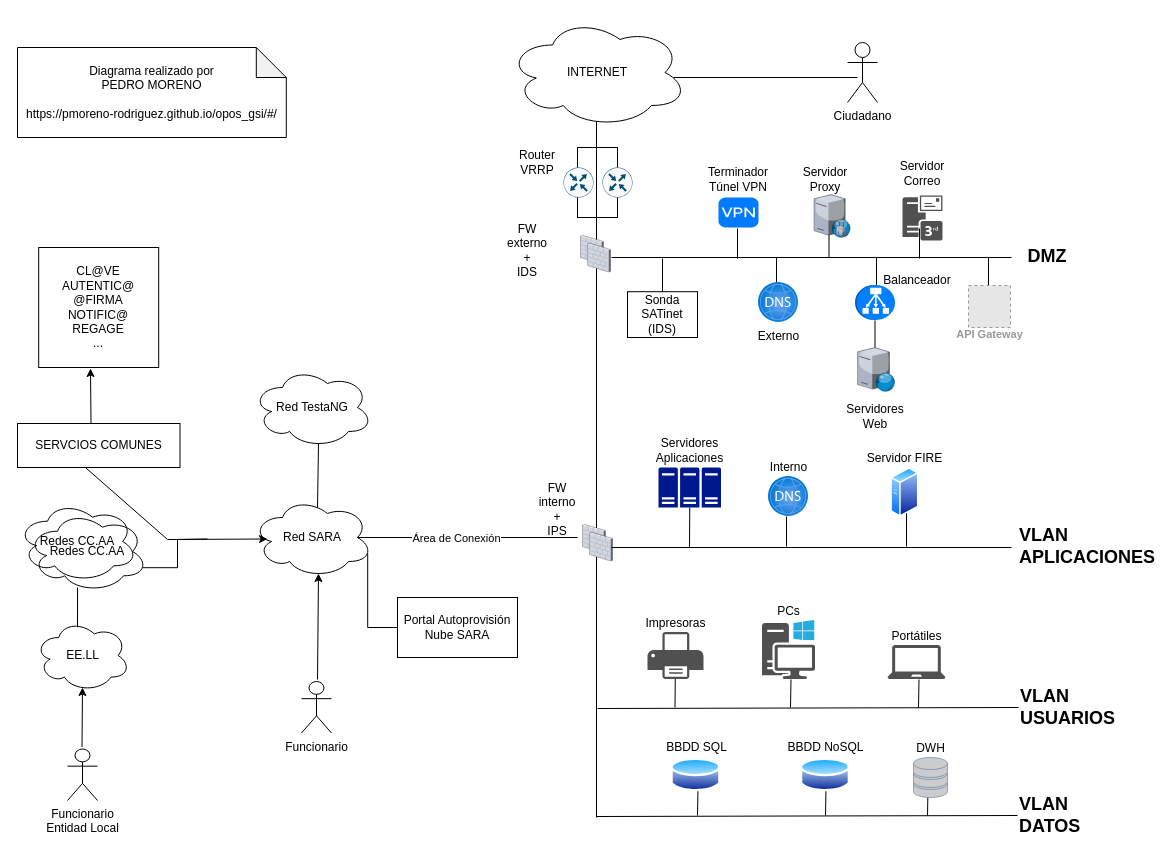
The draw.io diagram docs/diagramas/Diagrama-red-basico.drawio in pmoreno-rodriguez/opos_gsi, before the edit. Source tidied: cells renumbered, new cells numbered last; positions are measured from the earlier drawing's top-left corner, leaving out a move shared by most shapes. Both pictures are drawn from the tidied source at 100%, with x=0, y=0 at pixel (17, 17). Pictures stored in the file or linked from it are replaced by grey dashed boxes.
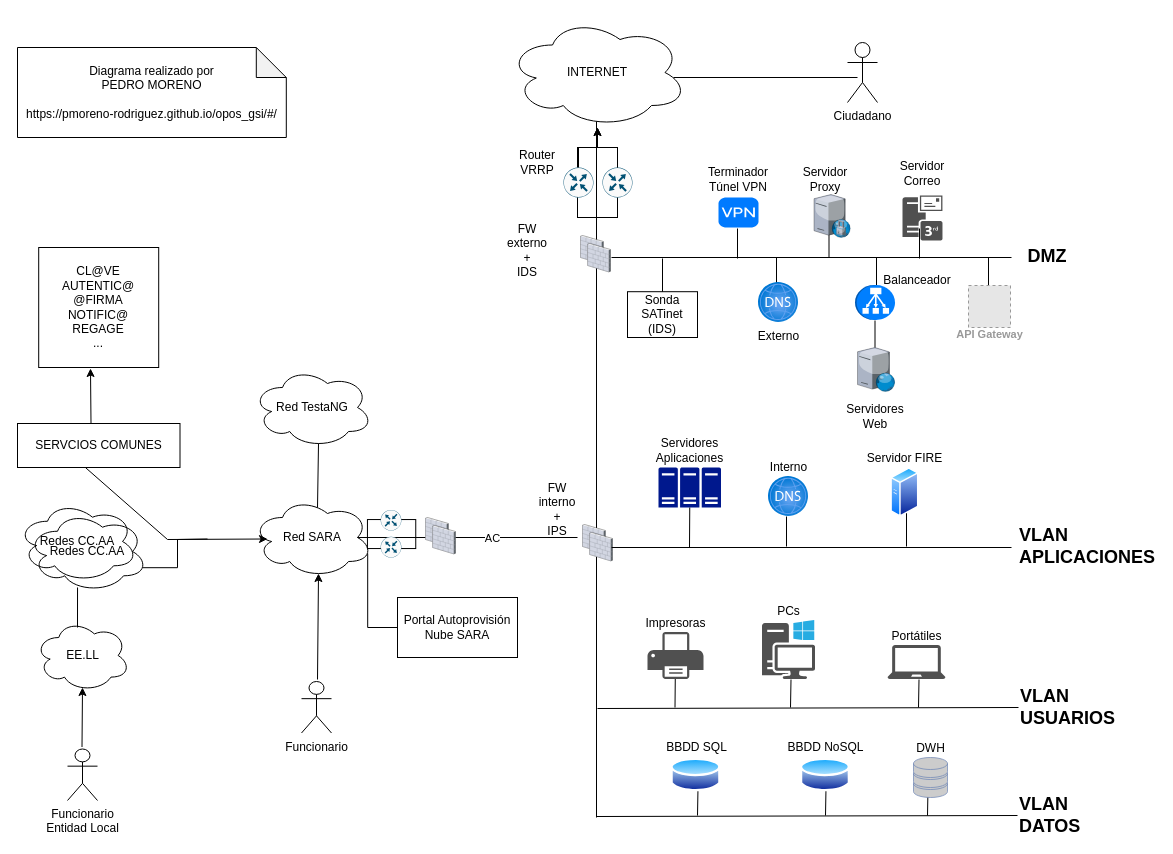
The same page after the edit.

Commit message (it also covers changes not shown here):
actualización de diagramas

The change refers to these unchanged cells:
```xml
<mxCell id="3" value="INTERNET" style="ellipse;shape=cloud;whiteSpace=wrap;html=1;fillColor=none;" parent="1" vertex="1">
  <mxGeometry x="490" width="180" height="110" as="geometry" />
</mxCell>
<mxCell id="10" style="sketch=0;points=[[0.5,0,0],[1,0.5,0],[0.5,1,0],[0,0.5,0],[0.145,0.145,0],[0.8555,0.145,0],[0.855,0.8555,0],[0.145,0.855,0]];verticalLabelPosition=bottom;html=1;verticalAlign=top;align=center;shape=mxgraph.cisco19.rect;prIcon=router;fillColor=#FAFAFA;strokeColor=#005073;" parent="8" vertex="1">
  <mxGeometry y="20" width="30" height="30" as="geometry" />
</mxCell>
<mxCell id="11" style="sketch=0;points=[[0.5,0,0],[1,0.5,0],[0.5,1,0],[0,0.5,0],[0.145,0.145,0],[0.8555,0.145,0],[0.855,0.8555,0],[0.145,0.855,0]];verticalLabelPosition=bottom;html=1;verticalAlign=top;align=center;shape=mxgraph.cisco19.rect;prIcon=router;fillColor=#FAFAFA;strokeColor=#005073;" parent="6" vertex="1">
  <mxGeometry x="39" y="46" width="30" height="30" as="geometry" />
</mxCell>
<mxCell id="80" style="endArrow=none;html=1;rounded=0;" parent="1" edge="1">
  <mxGeometry relative="1" as="geometry">
    <mxPoint x="340" y="520" as="sourcePoint" />
    <mxPoint x="560" y="520" as="targetPoint" />
  </mxGeometry>
</mxCell>
```

Change to the diagram source:
```diff
@@
-    <mxCell id="81" value="Área de Conexión" style="edgeLabel;html=1;align=center;verticalAlign=middle;" parent="80" vertex="1">
-      <mxGeometry x="-0.11" relative="1" as="geometry" />
+    <mxCell id="81" value="AC" style="edgeLabel;html=1;align=center;verticalAlign=middle;" parent="80" vertex="1">
+      <mxGeometry x="-0.11" relative="1" as="geometry">
+        <mxPoint x="36" as="offset" />
+      </mxGeometry>
     </mxCell>
@@
+    <mxCell id="103" style="group;" parent="1" vertex="1">
+      <mxGeometry x="408" y="500" width="30" height="40" as="geometry" />
+    </mxCell>
+    <mxCell id="104" style="verticalLabelPosition=bottom;sketch=0;html=1;verticalAlign=top;strokeColor=none;align=center;shape=mxgraph.citrix.firewall;" parent="103" vertex="1">
+      <mxGeometry width="22.9" height="28.4" as="geometry" />
+    </mxCell>
+    <mxCell id="105" style="verticalLabelPosition=bottom;sketch=0;html=1;verticalAlign=top;strokeColor=none;align=center;shape=mxgraph.citrix.firewall;" parent="103" vertex="1">
+      <mxGeometry x="7.1" y="8" width="22.9" height="28.4" as="geometry" />
+    </mxCell>
+    <mxCell id="106" style="edgeStyle=orthogonalEdgeStyle;rounded=0;jettySize=auto;html=1;" parent="1" edge="1" source="10" target="3">
+      <mxGeometry relative="1" as="geometry" />
+    </mxCell>
+    <mxCell id="107" style="edgeStyle=orthogonalEdgeStyle;rounded=0;jettySize=auto;html=1;" parent="1" edge="1" source="11" target="3">
+      <mxGeometry relative="1" as="geometry" />
+    </mxCell>
+    <mxCell id="108" style="group;rotation=-90;" parent="1" vertex="1">
+      <mxGeometry x="340" y="494.5" width="50" height="80" as="geometry" />
+    </mxCell>
+    <mxCell id="109" style="group;fillColor=none;rotation=-90;" parent="108" vertex="1">
+      <mxGeometry x="10.9" y="-0.7" width="46.4" height="48.3" as="geometry" />
+    </mxCell>
+    <mxCell id="110" style="rounded=0;whiteSpace=wrap;html=1;fillColor=none;rotation=-90;" parent="109" vertex="1">
+      <mxGeometry x="8.7" y="-1.4" width="29" height="48.3" as="geometry" />
+    </mxCell>
+    <mxCell id="111" style="sketch=0;verticalLabelPosition=bottom;html=1;verticalAlign=top;align=center;shape=mxgraph.cisco19.rect;prIcon=router;fillColor=#FAFAFA;strokeColor=#005073;rotation=-90;" parent="109" vertex="1">
+      <mxGeometry x="12.3" y="25.5" width="20.7" height="20.7" as="geometry" />
+    </mxCell>
+    <mxCell id="112" style="sketch=0;verticalLabelPosition=bottom;html=1;verticalAlign=top;align=center;shape=mxgraph.cisco19.rect;prIcon=router;fillColor=#FAFAFA;strokeColor=#005073;rotation=-90;" parent="108" vertex="1">
+      <mxGeometry x="23.2" y="-2.1" width="20.7" height="20.7" as="geometry" />
+    </mxCell>
```
